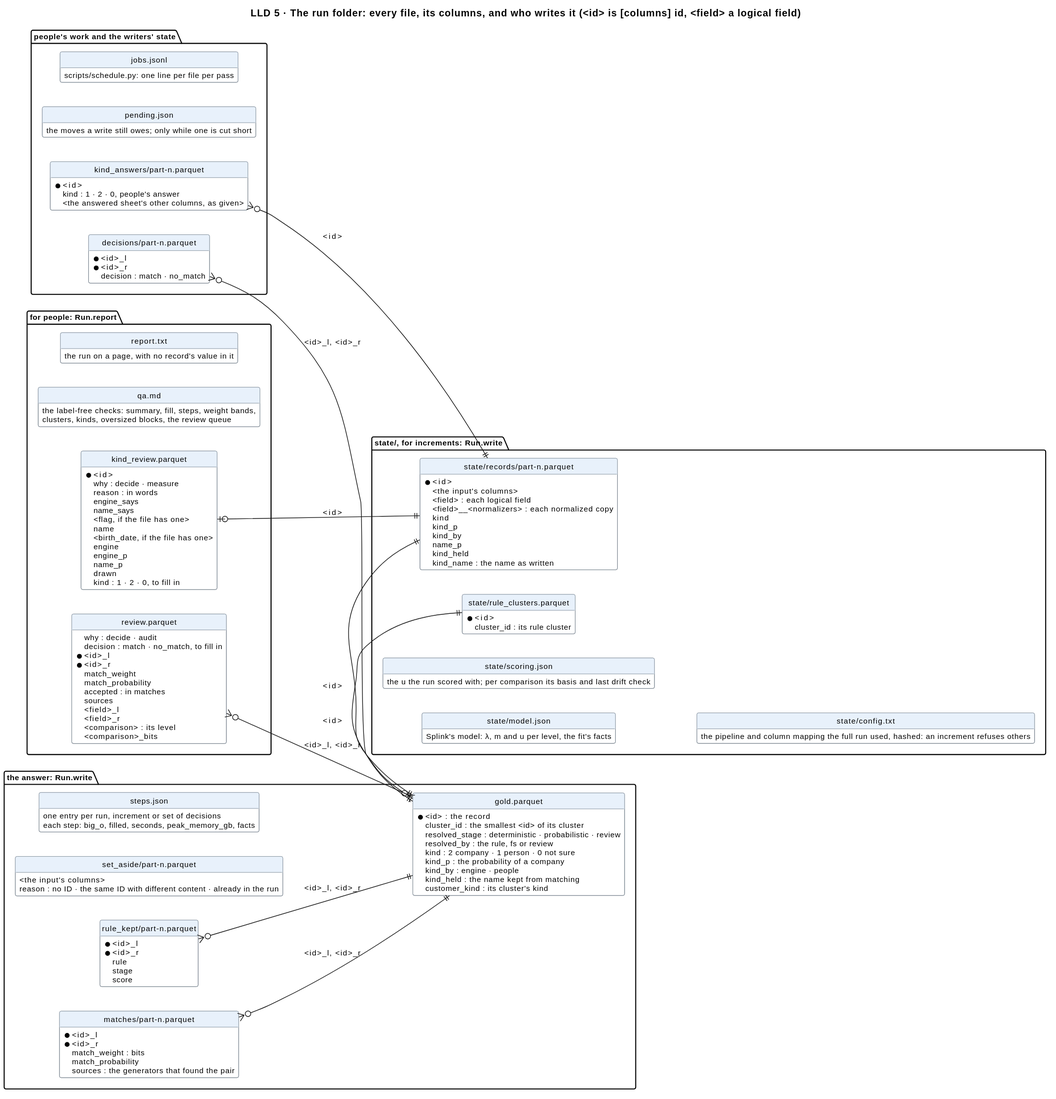
Above: docs/diagrams/data.svg in mvsbm/entity_matching (PlantUML), before the change. The source it was exported from:
```plantuml
@startuml
title LLD 5 · The run folder: every file, its columns, and who writes it (<id> is [columns] id, <field> a logical field)
set namespaceSeparator none
left to right direction
hide circle
hide methods
skinparam defaultFontSize 11
skinparam class {
  BackgroundColor #FFFFFF
  BorderColor #65717E
  HeaderBackgroundColor #E8F1FB
}

package "the answer: Run.write" {
  entity "gold.parquet" as gold {
    * <id> : the record
    cluster_id : the smallest <id> of its cluster
    resolved_stage : deterministic · probabilistic · review
    resolved_by : the rule, fs or review
    kind : 2 company · 1 person · 0 not sure
    kind_p : the probability of a company
    kind_by : engine · people
    kind_held : the name kept from matching
    customer_kind : its cluster's kind
  }
  entity "matches/part-n.parquet" as matches {
    * <id>_l
    * <id>_r
    match_weight : bits
    match_probability
    sources : the generators that found the pair
  }
  entity "rule_kept/part-n.parquet" as rule_kept {
    * <id>_l
    * <id>_r
    rule
    stage
    score
  }
  entity "set_aside/part-n.parquet" as set_aside {
    <the input's columns>
    reason : no ID · the same ID with different content · already in the run
  }
  entity "steps.json" as steps {
    one entry per run, increment or set of decisions
    each step: big_o, filled, seconds, peak_memory_gb, facts
  }
}

package "state/, for increments: Run.write" {
  entity "state/records/part-n.parquet" as records {
    * <id>
    <the input's columns>
    <field> : each logical field
    <field>__<normalizers> : each normalized copy
    kind
    kind_p
    kind_by
    name_p
    kind_held
    kind_name : the name as written
  }
  entity "state/rule_clusters.parquet" as rule_clusters {
    * <id>
    cluster_id : its rule cluster
  }
  entity "state/model.json" as model {
    Splink's model: λ, m and u per level, the fit's facts
  }
  entity "state/scoring.json" as scoring {
    the u the run scored with; per comparison its basis and last drift check
  }
  entity "state/config.txt" as config {
    the pipeline and column mapping the full run used, hashed: an increment refuses others
  }
}

package "for people: Run.report" {
  entity "review.parquet" as review {
    why : decide · audit
    decision : match · no_match, to fill in
    * <id>_l
    * <id>_r
    match_weight
    match_probability
    accepted : in matches
    sources
    <field>_l
    <field>_r
    <comparison> : its level
    <comparison>_bits
  }
  entity "kind_review.parquet" as kind_review {
    * <id>
    why : decide · measure
    reason : in words
    engine_says
    name_says
    <flag, if the file has one>
    name
    <birth_date, if the file has one>
    engine
    engine_p
    name_p
    drawn
    kind : 1 · 2 · 0, to fill in
  }
  entity "qa.md" as qa {
    the label-free checks: summary, fill, steps, weight bands,
    clusters, kinds, oversized blocks, the review queue
  }
  entity "report.txt" as report {
    the run on a page, with no record's value in it
  }
}

package "people's work and the writers' state" {
  entity "decisions/part-n.parquet" as decisions {
    * <id>_l
    * <id>_r
    decision : match · no_match
  }
  entity "kind_answers/part-n.parquet" as kind_answers {
    * <id>
    kind : 1 · 2 · 0, people's answer
    <the answered sheet's other columns, as given>
  }
  entity "pending.json" as pending {
    the moves a write still owes; only while one is cut short
  }
  entity "jobs.jsonl" as jobs {
    scripts/schedule.py: one line per file per pass
  }
}

gold }o--|| rule_clusters : <id>
matches }o--|| gold : <id>_l, <id>_r
rule_kept }o--|| gold : <id>_l, <id>_r
records ||--|| gold : <id>
kind_answers }o--|| records : <id>
review }o--|| gold : <id>_l, <id>_r
kind_review |o--|| records : <id>
decisions }o--|| gold : <id>_l, <id>_r
@enduml
```
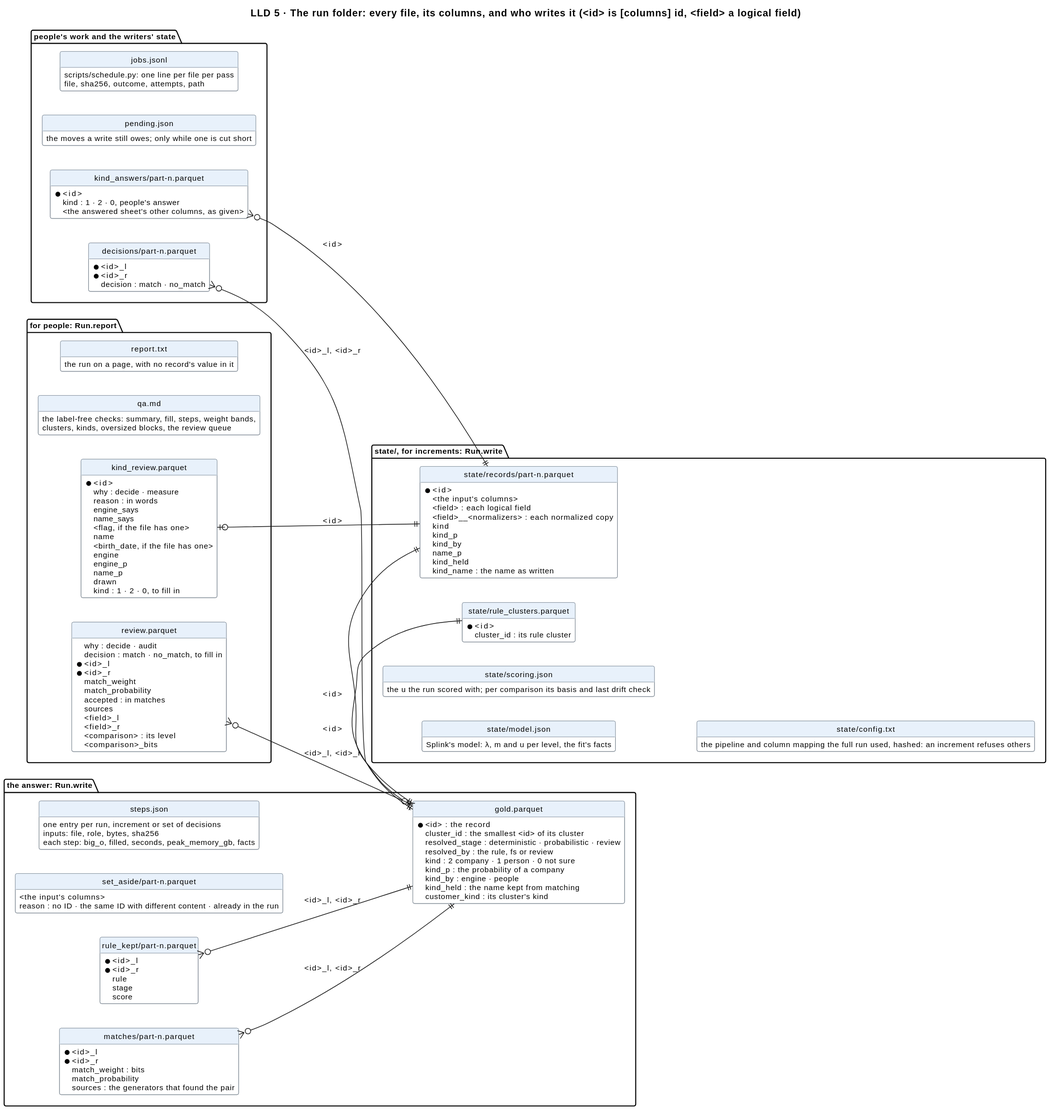
The same file after the commit.

What changed in the source:
```diff
@@ -43,6 +43,7 @@
   }
   entity "steps.json" as steps {
     one entry per run, increment or set of decisions
+    inputs: file, role, bytes, sha256
     each step: big_o, filled, seconds, peak_memory_gb, facts
   }
 }
@@ -130,6 +131,7 @@
   }
   entity "jobs.jsonl" as jobs {
     scripts/schedule.py: one line per file per pass
+    file, sha256, outcome, attempts, path
   }
 }
 
```
